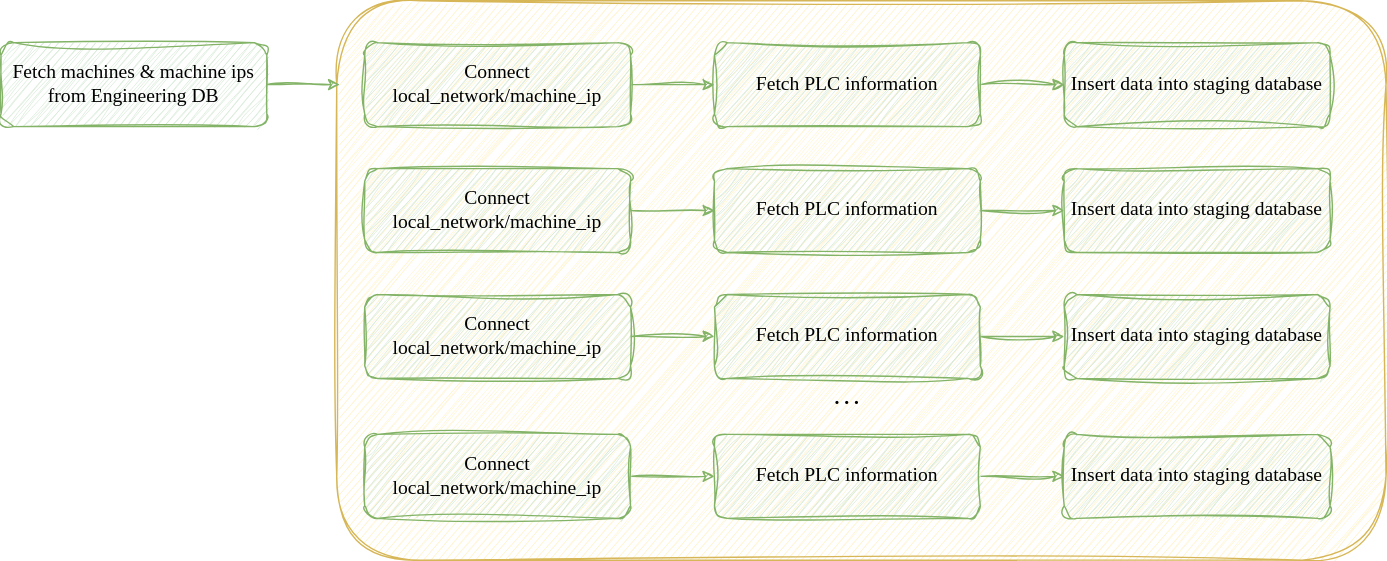
miguelsiloli/lmao420blazeit.github.io keeps this draw.io diagram as resources/data-engineering/data-engineer-airflow1.svg. Above is the earlier version. Source tidied: cells renumbered, new cells last; positions are measured from the earlier drawing's top-left corner, leaving out a move shared by most shapes.
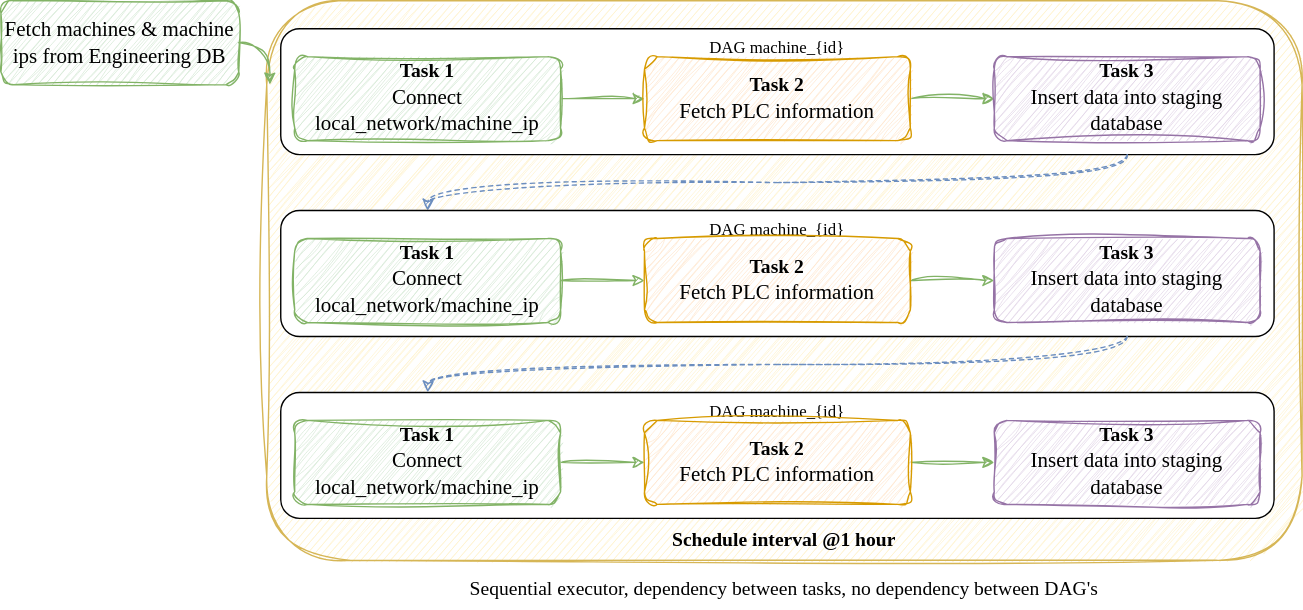
Later version of the same file.

Diff of the diagram source:
```diff
@@ -3,76 +3,93 @@
     <mxCell id="0" />
     <mxCell id="1" parent="0" />
     <mxCell id="2" style="rounded=1;whiteSpace=wrap;html=1;fillColor=#fff2cc;strokeColor=#d6b656;sketch=1;curveFitting=1;jiggle=2;fontSize=14;" parent="1" vertex="1">
-      <mxGeometry x="240" width="750" height="400" as="geometry" />
+      <mxGeometry x="240" y="-10" width="740" height="400" as="geometry" />
     </mxCell>
+    <mxCell id="26" value="DAG machine_{id}" style="rounded=1;whiteSpace=wrap;html=1;verticalAlign=top;fontFamily=Nunito;fontSource=https%3A%2F%2Ffonts.googleapis.com%2Fcss%3Ffamily%3DNunito;" parent="1" vertex="1">
+      <mxGeometry x="250" y="10" width="710" height="90" as="geometry" />
+    </mxCell>
     <mxCell id="3" style="edgeStyle=orthogonalEdgeStyle;rounded=0;jettySize=auto;html=1;exitX=1;exitY=0.5;exitDx=0;exitDy=0;entryX=0;entryY=0.5;entryDx=0;entryDy=0;fillColor=#d5e8d4;strokeColor=#82b366;fontFamily=Nunito;fontSource=https%3A%2F%2Ffonts.googleapis.com%2Fcss%3Ffamily%3DNunito;sketch=1;curveFitting=1;jiggle=2;shadow=0;fontSize=14;" parent="1" edge="1" source="4" target="6">
       <mxGeometry relative="1" as="geometry" />
     </mxCell>
-    <mxCell id="4" value="Connect local_network/machine_ip" style="rounded=1;whiteSpace=wrap;html=1;fillColor=#d5e8d4;strokeColor=#82b366;fontFamily=Nunito;fontSource=https%3A%2F%2Ffonts.googleapis.com%2Fcss%3Ffamily%3DNunito;sketch=1;curveFitting=1;jiggle=2;shadow=0;fontSize=14;" parent="1" vertex="1">
+    <mxCell id="4" value="&lt;div&gt;&lt;b&gt;Task 1&lt;/b&gt;&lt;br&gt;&lt;/div&gt;&lt;div&gt;&lt;font style=&quot;font-size: 15px;&quot;&gt;Connect local_network/machine_ip&lt;/font&gt;&lt;/div&gt;" style="rounded=1;whiteSpace=wrap;html=1;fillColor=#d5e8d4;strokeColor=#82b366;fontFamily=Nunito;fontSource=https%3A%2F%2Ffonts.googleapis.com%2Fcss%3Ffamily%3DNunito;sketch=1;curveFitting=1;jiggle=2;shadow=0;fontSize=14;" parent="1" vertex="1">
       <mxGeometry x="260" y="30" width="190" height="60" as="geometry" />
     </mxCell>
     <mxCell id="5" style="edgeStyle=orthogonalEdgeStyle;rounded=0;jettySize=auto;html=1;exitX=1;exitY=0.5;exitDx=0;exitDy=0;entryX=0;entryY=0.5;entryDx=0;entryDy=0;fillColor=#d5e8d4;strokeColor=#82b366;sketch=1;curveFitting=1;jiggle=2;fontSize=14;" parent="1" edge="1" source="6" target="23">
       <mxGeometry relative="1" as="geometry" />
     </mxCell>
-    <mxCell id="6" value="Fetch PLC information" style="rounded=1;whiteSpace=wrap;html=1;fillColor=#d5e8d4;strokeColor=#82b366;fontFamily=Nunito;fontSource=https%3A%2F%2Ffonts.googleapis.com%2Fcss%3Ffamily%3DNunito;sketch=1;curveFitting=1;jiggle=2;shadow=0;fontSize=14;" parent="1" vertex="1">
+    <mxCell id="6" value="&lt;div&gt;&lt;b&gt;Task 2&lt;/b&gt;&lt;br&gt;&lt;/div&gt;&lt;div&gt;&lt;font style=&quot;font-size: 15px;&quot;&gt;Fetch PLC information&lt;/font&gt;&lt;/div&gt;" style="rounded=1;whiteSpace=wrap;html=1;fillColor=#ffe6cc;strokeColor=#d79b00;fontFamily=Nunito;fontSource=https%3A%2F%2Ffonts.googleapis.com%2Fcss%3Ffamily%3DNunito;sketch=1;curveFitting=1;jiggle=2;shadow=0;fontSize=14;" parent="1" vertex="1">
       <mxGeometry x="510" y="30" width="190" height="60" as="geometry" />
     </mxCell>
-    <mxCell id="7" style="edgeStyle=orthogonalEdgeStyle;rounded=0;jettySize=auto;html=1;exitX=1;exitY=0.5;exitDx=0;exitDy=0;entryX=0;entryY=0.5;entryDx=0;entryDy=0;fillColor=#d5e8d4;strokeColor=#82b366;fontFamily=Nunito;fontSource=https%3A%2F%2Ffonts.googleapis.com%2Fcss%3Ffamily%3DNunito;sketch=1;curveFitting=1;jiggle=2;shadow=0;fontSize=14;" parent="1" edge="1" source="8" target="10">
-      <mxGeometry relative="1" as="geometry" />
-    </mxCell>
-    <mxCell id="8" value="Connect local_network/machine_ip" style="rounded=1;whiteSpace=wrap;html=1;fillColor=#d5e8d4;strokeColor=#82b366;fontFamily=Nunito;fontSource=https%3A%2F%2Ffonts.googleapis.com%2Fcss%3Ffamily%3DNunito;sketch=1;curveFitting=1;jiggle=2;shadow=0;fontSize=14;" parent="1" vertex="1">
-      <mxGeometry x="260" y="120" width="190" height="60" as="geometry" />
-    </mxCell>
-    <mxCell id="9" style="edgeStyle=orthogonalEdgeStyle;rounded=0;jettySize=auto;html=1;exitX=1;exitY=0.5;exitDx=0;exitDy=0;entryX=0;entryY=0.5;entryDx=0;entryDy=0;fillColor=#d5e8d4;strokeColor=#82b366;sketch=1;curveFitting=1;jiggle=2;fontSize=14;" parent="1" edge="1" source="10" target="22">
-      <mxGeometry relative="1" as="geometry" />
-    </mxCell>
-    <mxCell id="10" value="Fetch PLC information" style="rounded=1;whiteSpace=wrap;html=1;fillColor=#d5e8d4;strokeColor=#82b366;fontFamily=Nunito;fontSource=https%3A%2F%2Ffonts.googleapis.com%2Fcss%3Ffamily%3DNunito;sketch=1;curveFitting=1;jiggle=2;shadow=0;fontSize=14;" parent="1" vertex="1">
-      <mxGeometry x="510" y="120" width="190" height="60" as="geometry" />
-    </mxCell>
-    <mxCell id="11" style="edgeStyle=orthogonalEdgeStyle;rounded=0;jettySize=auto;html=1;exitX=1;exitY=0.5;exitDx=0;exitDy=0;entryX=0;entryY=0.5;entryDx=0;entryDy=0;fillColor=#d5e8d4;strokeColor=#82b366;fontFamily=Nunito;fontSource=https%3A%2F%2Ffonts.googleapis.com%2Fcss%3Ffamily%3DNunito;sketch=1;curveFitting=1;jiggle=2;shadow=0;fontSize=14;" parent="1" edge="1" source="12" target="14">
-      <mxGeometry relative="1" as="geometry" />
-    </mxCell>
-    <mxCell id="12" value="Connect local_network/machine_ip" style="rounded=1;whiteSpace=wrap;html=1;fillColor=#d5e8d4;strokeColor=#82b366;fontFamily=Nunito;fontSource=https%3A%2F%2Ffonts.googleapis.com%2Fcss%3Ffamily%3DNunito;sketch=1;curveFitting=1;jiggle=2;shadow=0;fontSize=14;" parent="1" vertex="1">
-      <mxGeometry x="260" y="210" width="190" height="60" as="geometry" />
-    </mxCell>
-    <mxCell id="13" style="edgeStyle=orthogonalEdgeStyle;rounded=0;jettySize=auto;html=1;exitX=1;exitY=0.5;exitDx=0;exitDy=0;entryX=0;entryY=0.5;entryDx=0;entryDy=0;fillColor=#d5e8d4;strokeColor=#82b366;sketch=1;curveFitting=1;jiggle=2;fontSize=14;" parent="1" edge="1" source="14" target="21">
-      <mxGeometry relative="1" as="geometry" />
-    </mxCell>
-    <mxCell id="14" value="Fetch PLC information" style="rounded=1;whiteSpace=wrap;html=1;fillColor=#d5e8d4;strokeColor=#82b366;fontFamily=Nunito;fontSource=https%3A%2F%2Ffonts.googleapis.com%2Fcss%3Ffamily%3DNunito;sketch=1;curveFitting=1;jiggle=2;shadow=0;fontSize=14;" parent="1" vertex="1">
-      <mxGeometry x="510" y="210" width="190" height="60" as="geometry" />
-    </mxCell>
-    <mxCell id="15" value="&lt;font style=&quot;font-size: 14px;&quot;&gt;&lt;b style=&quot;font-size: 14px;&quot;&gt;. . .&lt;/b&gt;&lt;br style=&quot;font-size: 14px;&quot;&gt;&lt;/font&gt;" style="text;html=1;align=center;verticalAlign=middle;whiteSpace=wrap;rounded=0;fontFamily=Nunito;fontSource=https%3A%2F%2Ffonts.googleapis.com%2Fcss%3Ffamily%3DNunito;sketch=1;curveFitting=1;jiggle=2;shadow=0;fontSize=14;" parent="1" vertex="1">
-      <mxGeometry x="575" y="270" width="60" height="30" as="geometry" />
-    </mxCell>
-    <mxCell id="16" style="edgeStyle=orthogonalEdgeStyle;rounded=0;jettySize=auto;html=1;exitX=1;exitY=0.5;exitDx=0;exitDy=0;entryX=0;entryY=0.5;entryDx=0;entryDy=0;fillColor=#d5e8d4;strokeColor=#82b366;fontFamily=Nunito;fontSource=https%3A%2F%2Ffonts.googleapis.com%2Fcss%3Ffamily%3DNunito;sketch=1;curveFitting=1;jiggle=2;shadow=0;fontSize=14;" parent="1" edge="1" source="17" target="19">
-      <mxGeometry relative="1" as="geometry" />
-    </mxCell>
-    <mxCell id="17" value="Connect local_network/machine_ip" style="rounded=1;whiteSpace=wrap;html=1;fillColor=#d5e8d4;strokeColor=#82b366;fontFamily=Nunito;fontSource=https%3A%2F%2Ffonts.googleapis.com%2Fcss%3Ffamily%3DNunito;sketch=1;curveFitting=1;jiggle=2;shadow=0;fontSize=14;" parent="1" vertex="1">
-      <mxGeometry x="260" y="310" width="190" height="60" as="geometry" />
-    </mxCell>
-    <mxCell id="18" style="edgeStyle=orthogonalEdgeStyle;rounded=0;jettySize=auto;html=1;exitX=1;exitY=0.5;exitDx=0;exitDy=0;entryX=0;entryY=0.5;entryDx=0;entryDy=0;fillColor=#d5e8d4;strokeColor=#82b366;fontFamily=Nunito;fontSource=https%3A%2F%2Ffonts.googleapis.com%2Fcss%3Ffamily%3DNunito;sketch=1;curveFitting=1;jiggle=2;shadow=0;fontSize=14;" parent="1" edge="1" source="19" target="20">
-      <mxGeometry relative="1" as="geometry" />
-    </mxCell>
-    <mxCell id="19" value="Fetch PLC information" style="rounded=1;whiteSpace=wrap;html=1;fillColor=#d5e8d4;strokeColor=#82b366;fontFamily=Nunito;fontSource=https%3A%2F%2Ffonts.googleapis.com%2Fcss%3Ffamily%3DNunito;sketch=1;curveFitting=1;jiggle=2;shadow=0;fontSize=14;" parent="1" vertex="1">
-      <mxGeometry x="510" y="310" width="190" height="60" as="geometry" />
-    </mxCell>
-    <mxCell id="20" value="Insert data into staging database" style="rounded=1;whiteSpace=wrap;html=1;fillColor=#d5e8d4;strokeColor=#82b366;fontFamily=Nunito;fontSource=https%3A%2F%2Ffonts.googleapis.com%2Fcss%3Ffamily%3DNunito;sketch=1;curveFitting=1;jiggle=2;shadow=0;fontSize=14;" parent="1" vertex="1">
-      <mxGeometry x="760" y="310" width="190" height="60" as="geometry" />
-    </mxCell>
-    <mxCell id="21" value="Insert data into staging database" style="rounded=1;whiteSpace=wrap;html=1;fillColor=#d5e8d4;strokeColor=#82b366;fontFamily=Nunito;fontSource=https%3A%2F%2Ffonts.googleapis.com%2Fcss%3Ffamily%3DNunito;sketch=1;curveFitting=1;jiggle=2;shadow=0;fontSize=14;" parent="1" vertex="1">
-      <mxGeometry x="760" y="210" width="190" height="60" as="geometry" />
-    </mxCell>
-    <mxCell id="22" value="Insert data into staging database" style="rounded=1;whiteSpace=wrap;html=1;fillColor=#d5e8d4;strokeColor=#82b366;fontFamily=Nunito;fontSource=https%3A%2F%2Ffonts.googleapis.com%2Fcss%3Ffamily%3DNunito;sketch=1;curveFitting=1;jiggle=2;shadow=0;fontSize=14;" parent="1" vertex="1">
-      <mxGeometry x="760" y="120" width="190" height="60" as="geometry" />
-    </mxCell>
+    <mxCell id="27" style="edgeStyle=orthogonalEdgeStyle;rounded=0;orthogonalLoop=1;jettySize=auto;html=1;entryX=0.5;entryY=0;entryDx=0;entryDy=0;fillColor=#dae8fc;strokeColor=#6c8ebf;sketch=1;curveFitting=1;jiggle=2;dashed=1;curved=1;" parent="1" edge="1">
+      <mxGeometry relative="1" as="geometry">
+        <mxPoint x="855" y="100" as="sourcePoint" />
+        <mxPoint x="355" y="140" as="targetPoint" />
+        <Array as="points">
+          <mxPoint x="855" y="120" />
+          <mxPoint x="356" y="120" />
+        </Array>
+      </mxGeometry>
+    </mxCell>
-    <mxCell id="23" value="Insert data into staging database" style="rounded=1;whiteSpace=wrap;html=1;fillColor=#d5e8d4;strokeColor=#82b366;fontFamily=Nunito;fontSource=https%3A%2F%2Ffonts.googleapis.com%2Fcss%3Ffamily%3DNunito;sketch=1;curveFitting=1;jiggle=2;shadow=0;fontSize=14;" parent="1" vertex="1">
+    <mxCell id="23" value="&lt;div&gt;&lt;b&gt;Task 3&lt;/b&gt;&lt;br&gt;&lt;/div&gt;&lt;div&gt;&lt;font style=&quot;font-size: 15px;&quot;&gt;Insert data into staging database&lt;/font&gt;&lt;/div&gt;" style="rounded=1;whiteSpace=wrap;html=1;fillColor=#e1d5e7;strokeColor=#9673a6;fontFamily=Nunito;fontSource=https%3A%2F%2Ffonts.googleapis.com%2Fcss%3Ffamily%3DNunito;sketch=1;curveFitting=1;jiggle=2;shadow=0;fontSize=14;" parent="1" vertex="1">
       <mxGeometry x="760" y="30" width="190" height="60" as="geometry" />
     </mxCell>
-    <mxCell id="24" value="Fetch machines &amp;amp; machine ips from Engineering DB" style="rounded=1;whiteSpace=wrap;html=1;fillColor=#d5e8d4;strokeColor=#82b366;fontFamily=Nunito;fontSource=https%3A%2F%2Ffonts.googleapis.com%2Fcss%3Ffamily%3DNunito;sketch=1;curveFitting=1;jiggle=2;shadow=0;fontSize=14;" parent="1" vertex="1">
-      <mxGeometry y="30" width="190" height="60" as="geometry" />
+    <mxCell id="24" value="&lt;font style=&quot;font-size: 15px;&quot;&gt;Fetch machines &amp;amp; machine ips from Engineering DB&lt;/font&gt;" style="rounded=1;whiteSpace=wrap;html=1;fillColor=#d5e8d4;strokeColor=#82b366;fontFamily=Nunito;fontSource=https%3A%2F%2Ffonts.googleapis.com%2Fcss%3Ffamily%3DNunito;sketch=1;curveFitting=1;jiggle=2;shadow=0;fontSize=14;" parent="1" vertex="1">
+      <mxGeometry x="50" y="-10" width="170" height="60" as="geometry" />
     </mxCell>
-    <mxCell id="25" style="edgeStyle=orthogonalEdgeStyle;rounded=0;jettySize=auto;html=1;exitX=1;exitY=0.5;exitDx=0;exitDy=0;entryX=0.003;entryY=0.15;entryDx=0;entryDy=0;entryPerimeter=0;fillColor=#d5e8d4;strokeColor=#82b366;sketch=1;curveFitting=1;jiggle=2;fontSize=14;" parent="1" edge="1" source="24" target="2">
+    <mxCell id="25" style="edgeStyle=orthogonalEdgeStyle;rounded=0;jettySize=auto;html=1;exitX=1;exitY=0.5;exitDx=0;exitDy=0;entryX=0.003;entryY=0.15;entryDx=0;entryDy=0;entryPerimeter=0;fillColor=#d5e8d4;strokeColor=#82b366;sketch=1;curveFitting=1;jiggle=2;fontSize=14;curved=1;" parent="1" edge="1" source="24" target="2">
       <mxGeometry relative="1" as="geometry" />
     </mxCell>
+    <mxCell id="28" value="&lt;font style=&quot;font-size: 14px;&quot; face=&quot;Nunito&quot;&gt;Schedule interval @1 hour&lt;br style=&quot;font-size: 14px;&quot;&gt;&lt;/font&gt;" style="text;html=1;strokeColor=none;fillColor=none;align=center;verticalAlign=middle;whiteSpace=wrap;rounded=0;fontStyle=1;fontSize=14;" parent="1" vertex="1">
+      <mxGeometry x="515" y="360" width="190" height="30" as="geometry" />
+    </mxCell>
+    <mxCell id="29" value="DAG machine_{id}" style="rounded=1;whiteSpace=wrap;html=1;verticalAlign=top;fontFamily=Nunito;fontSource=https%3A%2F%2Ffonts.googleapis.com%2Fcss%3Ffamily%3DNunito;" parent="1" vertex="1">
+      <mxGeometry x="250" y="140" width="710" height="90" as="geometry" />
+    </mxCell>
+    <mxCell id="30" style="edgeStyle=orthogonalEdgeStyle;rounded=0;jettySize=auto;html=1;exitX=1;exitY=0.5;exitDx=0;exitDy=0;entryX=0;entryY=0.5;entryDx=0;entryDy=0;fillColor=#d5e8d4;strokeColor=#82b366;fontFamily=Nunito;fontSource=https%3A%2F%2Ffonts.googleapis.com%2Fcss%3Ffamily%3DNunito;sketch=1;curveFitting=1;jiggle=2;shadow=0;fontSize=14;" parent="1" edge="1" source="31" target="33">
+      <mxGeometry relative="1" as="geometry" />
+    </mxCell>
+    <mxCell id="31" value="&lt;div&gt;&lt;b&gt;Task 1&lt;/b&gt;&lt;br&gt;&lt;/div&gt;&lt;div&gt;&lt;font style=&quot;font-size: 15px;&quot;&gt;Connect local_network/machine_ip&lt;/font&gt;&lt;/div&gt;" style="rounded=1;whiteSpace=wrap;html=1;fillColor=#d5e8d4;strokeColor=#82b366;fontFamily=Nunito;fontSource=https%3A%2F%2Ffonts.googleapis.com%2Fcss%3Ffamily%3DNunito;sketch=1;curveFitting=1;jiggle=2;shadow=0;fontSize=14;" parent="1" vertex="1">
+      <mxGeometry x="260" y="160" width="190" height="60" as="geometry" />
+    </mxCell>
+    <mxCell id="32" style="edgeStyle=orthogonalEdgeStyle;rounded=0;jettySize=auto;html=1;exitX=1;exitY=0.5;exitDx=0;exitDy=0;entryX=0;entryY=0.5;entryDx=0;entryDy=0;fillColor=#d5e8d4;strokeColor=#82b366;sketch=1;curveFitting=1;jiggle=2;fontSize=14;" parent="1" edge="1" source="33" target="34">
+      <mxGeometry relative="1" as="geometry" />
+    </mxCell>
+    <mxCell id="33" value="&lt;div&gt;&lt;b&gt;Task 2&lt;/b&gt;&lt;br&gt;&lt;/div&gt;&lt;div&gt;&lt;font style=&quot;font-size: 15px;&quot;&gt;Fetch PLC information&lt;/font&gt;&lt;/div&gt;" style="rounded=1;whiteSpace=wrap;html=1;fillColor=#ffe6cc;strokeColor=#d79b00;fontFamily=Nunito;fontSource=https%3A%2F%2Ffonts.googleapis.com%2Fcss%3Ffamily%3DNunito;sketch=1;curveFitting=1;jiggle=2;shadow=0;fontSize=14;" parent="1" vertex="1">
+      <mxGeometry x="510" y="160" width="190" height="60" as="geometry" />
+    </mxCell>
+    <mxCell id="34" value="&lt;div&gt;&lt;b&gt;Task 3&lt;/b&gt;&lt;br&gt;&lt;/div&gt;&lt;div&gt;&lt;font style=&quot;font-size: 15px;&quot;&gt;Insert data into staging database&lt;/font&gt;&lt;/div&gt;" style="rounded=1;whiteSpace=wrap;html=1;fillColor=#e1d5e7;strokeColor=#9673a6;fontFamily=Nunito;fontSource=https%3A%2F%2Ffonts.googleapis.com%2Fcss%3Ffamily%3DNunito;sketch=1;curveFitting=1;jiggle=2;shadow=0;fontSize=14;" parent="1" vertex="1">
+      <mxGeometry x="760" y="160" width="190" height="60" as="geometry" />
+    </mxCell>
+    <mxCell id="35" value="DAG machine_{id}" style="rounded=1;whiteSpace=wrap;html=1;verticalAlign=top;fontFamily=Nunito;fontSource=https%3A%2F%2Ffonts.googleapis.com%2Fcss%3Ffamily%3DNunito;" parent="1" vertex="1">
+      <mxGeometry x="250" y="270" width="710" height="90" as="geometry" />
+    </mxCell>
+    <mxCell id="36" style="edgeStyle=orthogonalEdgeStyle;rounded=0;jettySize=auto;html=1;exitX=1;exitY=0.5;exitDx=0;exitDy=0;entryX=0;entryY=0.5;entryDx=0;entryDy=0;fillColor=#d5e8d4;strokeColor=#82b366;fontFamily=Nunito;fontSource=https%3A%2F%2Ffonts.googleapis.com%2Fcss%3Ffamily%3DNunito;sketch=1;curveFitting=1;jiggle=2;shadow=0;fontSize=14;" parent="1" edge="1" source="37" target="39">
+      <mxGeometry relative="1" as="geometry" />
+    </mxCell>
+    <mxCell id="37" value="&lt;div&gt;&lt;b&gt;Task 1&lt;/b&gt;&lt;br&gt;&lt;/div&gt;&lt;div&gt;&lt;font style=&quot;font-size: 15px;&quot;&gt;Connect local_network/machine_ip&lt;/font&gt;&lt;/div&gt;" style="rounded=1;whiteSpace=wrap;html=1;fillColor=#d5e8d4;strokeColor=#82b366;fontFamily=Nunito;fontSource=https%3A%2F%2Ffonts.googleapis.com%2Fcss%3Ffamily%3DNunito;sketch=1;curveFitting=1;jiggle=2;shadow=0;fontSize=14;" parent="1" vertex="1">
+      <mxGeometry x="260" y="290" width="190" height="60" as="geometry" />
+    </mxCell>
+    <mxCell id="38" style="edgeStyle=orthogonalEdgeStyle;rounded=0;jettySize=auto;html=1;exitX=1;exitY=0.5;exitDx=0;exitDy=0;entryX=0;entryY=0.5;entryDx=0;entryDy=0;fillColor=#d5e8d4;strokeColor=#82b366;sketch=1;curveFitting=1;jiggle=2;fontSize=14;" parent="1" edge="1" source="39" target="40">
+      <mxGeometry relative="1" as="geometry" />
+    </mxCell>
+    <mxCell id="39" value="&lt;div&gt;&lt;b&gt;Task 2&lt;/b&gt;&lt;br&gt;&lt;/div&gt;&lt;div&gt;&lt;font style=&quot;font-size: 15px;&quot;&gt;Fetch PLC information&lt;/font&gt;&lt;/div&gt;" style="rounded=1;whiteSpace=wrap;html=1;fillColor=#ffe6cc;strokeColor=#d79b00;fontFamily=Nunito;fontSource=https%3A%2F%2Ffonts.googleapis.com%2Fcss%3Ffamily%3DNunito;sketch=1;curveFitting=1;jiggle=2;shadow=0;fontSize=14;" parent="1" vertex="1">
+      <mxGeometry x="510" y="290" width="190" height="60" as="geometry" />
+    </mxCell>
+    <mxCell id="40" value="&lt;div&gt;&lt;b&gt;Task 3&lt;/b&gt;&lt;br&gt;&lt;/div&gt;&lt;div&gt;&lt;font style=&quot;font-size: 15px;&quot;&gt;Insert data into staging database&lt;/font&gt;&lt;/div&gt;" style="rounded=1;whiteSpace=wrap;html=1;fillColor=#e1d5e7;strokeColor=#9673a6;fontFamily=Nunito;fontSource=https%3A%2F%2Ffonts.googleapis.com%2Fcss%3Ffamily%3DNunito;sketch=1;curveFitting=1;jiggle=2;shadow=0;fontSize=14;" parent="1" vertex="1">
+      <mxGeometry x="760" y="290" width="190" height="60" as="geometry" />
+    </mxCell>
+    <mxCell id="41" style="edgeStyle=orthogonalEdgeStyle;rounded=0;orthogonalLoop=1;jettySize=auto;html=1;entryX=0.5;entryY=0;entryDx=0;entryDy=0;fillColor=#dae8fc;strokeColor=#6c8ebf;sketch=1;curveFitting=1;jiggle=2;dashed=1;curved=1;" parent="1" edge="1">
+      <mxGeometry relative="1" as="geometry">
+        <mxPoint x="855" y="230" as="sourcePoint" />
+        <mxPoint x="355" y="270" as="targetPoint" />
+        <Array as="points">
+          <mxPoint x="855" y="250" />
+          <mxPoint x="356" y="250" />
+        </Array>
+      </mxGeometry>
+    </mxCell>
+    <mxCell id="42" value="&lt;font style=&quot;font-size: 14px;&quot; face=&quot;Nunito&quot;&gt;Sequential executor, dependency between tasks, no dependency between DAG's&lt;/font&gt;" style="text;html=1;strokeColor=none;fillColor=none;align=center;verticalAlign=middle;whiteSpace=wrap;rounded=0;fontSize=14;" parent="1" vertex="1">
+      <mxGeometry x="280" y="395" width="660" height="30" as="geometry" />
+    </mxCell>
   </root>
 </mxGraphModel>
```
